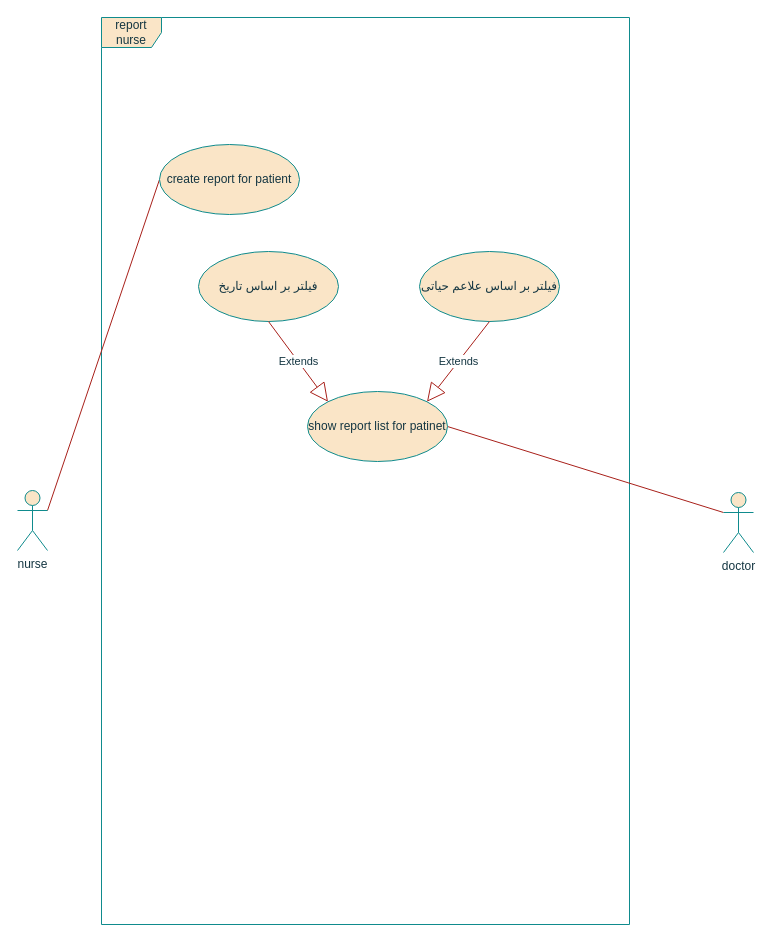
Earlier version of the draw.io diagram USECASE/report_nurse.drawio (SalehAskari/telemedicine). Source tidied: cells renumbered, new cells numbered last; positions are measured from the earlier drawing's top-left corner, leaving out a move shared by most shapes. Both pictures are drawn from the tidied source at 100%, with x=0, y=0 at pixel (17, 17).
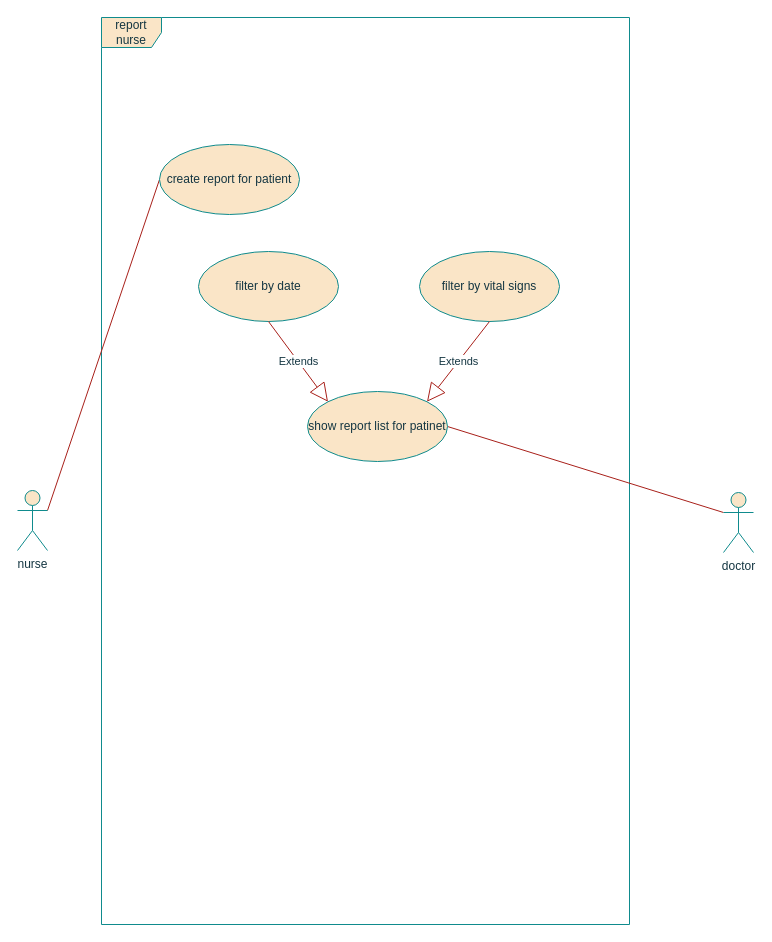
The same page after the edit.

Diff of the diagram source:
```diff
@@
 <mxGraphModel>
   <root>
     <mxCell id="0" />
     <mxCell id="1" parent="0" />
     <mxCell id="2" value="report nurse" style="shape=umlFrame;whiteSpace=wrap;html=1;strokeColor=#0F8B8D;fontColor=#143642;fillColor=#FAE5C7;" parent="1" vertex="1">
       <mxGeometry x="84" width="528" height="907" as="geometry" />
     </mxCell>
     <mxCell id="3" style="rounded=0;jettySize=auto;html=1;exitX=1;exitY=0.3333333333333333;exitDx=0;exitDy=0;exitPerimeter=0;entryX=0;entryY=0.5;entryDx=0;entryDy=0;strokeColor=#A8201A;fontColor=#143642;fillColor=#FAE5C7;endArrow=none;startFill=0;" parent="1" edge="1" source="4" target="7">
       <mxGeometry relative="1" as="geometry" />
     </mxCell>
     <mxCell id="4" value="nurse" style="shape=umlActor;verticalLabelPosition=bottom;verticalAlign=top;html=1;strokeColor=#0F8B8D;fontColor=#143642;fillColor=#FAE5C7;" parent="1" vertex="1">
       <mxGeometry y="473" width="30" height="60" as="geometry" />
     </mxCell>
     <mxCell id="5" style="edgeStyle=none;shape=connector;rounded=0;jettySize=auto;html=1;exitX=0;exitY=0.3333333333333333;exitDx=0;exitDy=0;exitPerimeter=0;entryX=1;entryY=0.5;entryDx=0;entryDy=0;strokeColor=#A8201A;align=center;verticalAlign=middle;fontFamily=Helvetica;fontSize=11;fontColor=#143642;labelBackgroundColor=default;startFill=0;endArrow=none;fillColor=#FAE5C7;" parent="1" edge="1" source="6" target="8">
       <mxGeometry relative="1" as="geometry" />
     </mxCell>
     <mxCell id="6" value="doctor" style="shape=umlActor;verticalLabelPosition=bottom;verticalAlign=top;html=1;strokeColor=#0F8B8D;fontColor=#143642;fillColor=#FAE5C7;" parent="1" vertex="1">
       <mxGeometry x="706" y="475" width="30" height="60" as="geometry" />
     </mxCell>
     <mxCell id="7" value="create report for patient" style="ellipse;whiteSpace=wrap;html=1;strokeColor=#0F8B8D;fontColor=#143642;fillColor=#FAE5C7;" parent="1" vertex="1">
       <mxGeometry x="142" y="127" width="140" height="70" as="geometry" />
     </mxCell>
     <mxCell id="8" value="show report list for patinet" style="ellipse;whiteSpace=wrap;html=1;strokeColor=#0F8B8D;fontColor=#143642;fillColor=#FAE5C7;" parent="1" vertex="1">
       <mxGeometry x="290" y="374" width="140" height="70" as="geometry" />
     </mxCell>
-    <mxCell id="9" value="فیلتر بر اساس تاریخ" style="ellipse;whiteSpace=wrap;html=1;strokeColor=#0F8B8D;fontColor=#143642;fillColor=#FAE5C7;" parent="1" vertex="1">
+    <mxCell id="9" value="filter by date" style="ellipse;whiteSpace=wrap;html=1;strokeColor=#0F8B8D;fontColor=#143642;fillColor=#FAE5C7;" parent="1" vertex="1">
       <mxGeometry x="181" y="234" width="140" height="70" as="geometry" />
     </mxCell>
     <mxCell id="10" value="Extends" style="endArrow=block;endSize=16;endFill=0;html=1;rounded=0;strokeColor=#A8201A;fontColor=#143642;fillColor=#FAE5C7;exitX=0.5;exitY=1;exitDx=0;exitDy=0;entryX=0;entryY=0;entryDx=0;entryDy=0;" parent="1" edge="1" source="9" target="8">
       <mxGeometry relative="1" as="geometry" />
     </mxCell>
-    <mxCell id="11" value="فیلتر بر اساس علاعم حیاتی" style="ellipse;whiteSpace=wrap;html=1;strokeColor=#0F8B8D;fontColor=#143642;fillColor=#FAE5C7;" parent="1" vertex="1">
+    <mxCell id="11" value="filter by vital signs" style="ellipse;whiteSpace=wrap;html=1;strokeColor=#0F8B8D;fontColor=#143642;fillColor=#FAE5C7;" parent="1" vertex="1">
       <mxGeometry x="402" y="234" width="140" height="70" as="geometry" />
     </mxCell>
     <mxCell id="12" value="Extends" style="endArrow=block;endSize=16;endFill=0;html=1;rounded=0;strokeColor=#A8201A;fontColor=#143642;fillColor=#FAE5C7;exitX=0.5;exitY=1;exitDx=0;exitDy=0;entryX=1;entryY=0;entryDx=0;entryDy=0;" parent="1" edge="1" source="11" target="8">
       <mxGeometry relative="1" as="geometry" />
     </mxCell>
   </root>
 </mxGraphModel>
```
